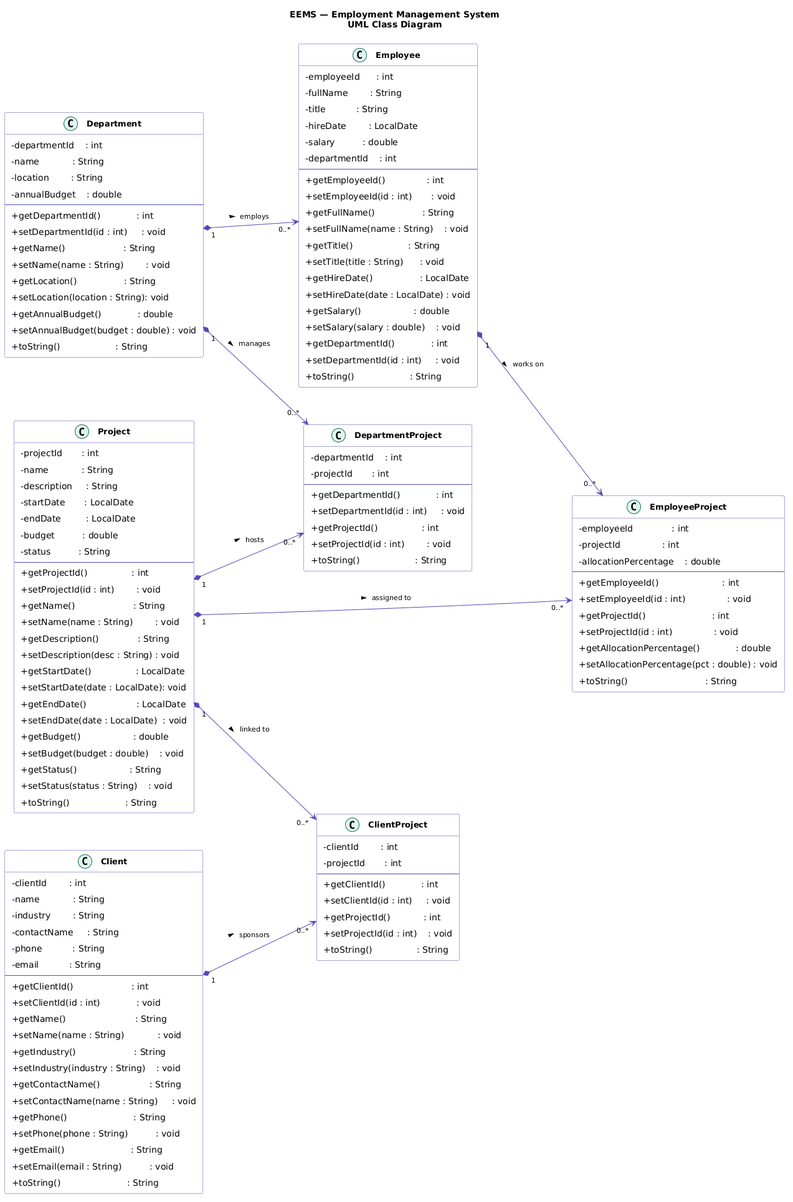
boybun0154/MPP-Project-2026 keeps this PlantUML diagram as diagrams/diagram.png. Above is the earlier version.
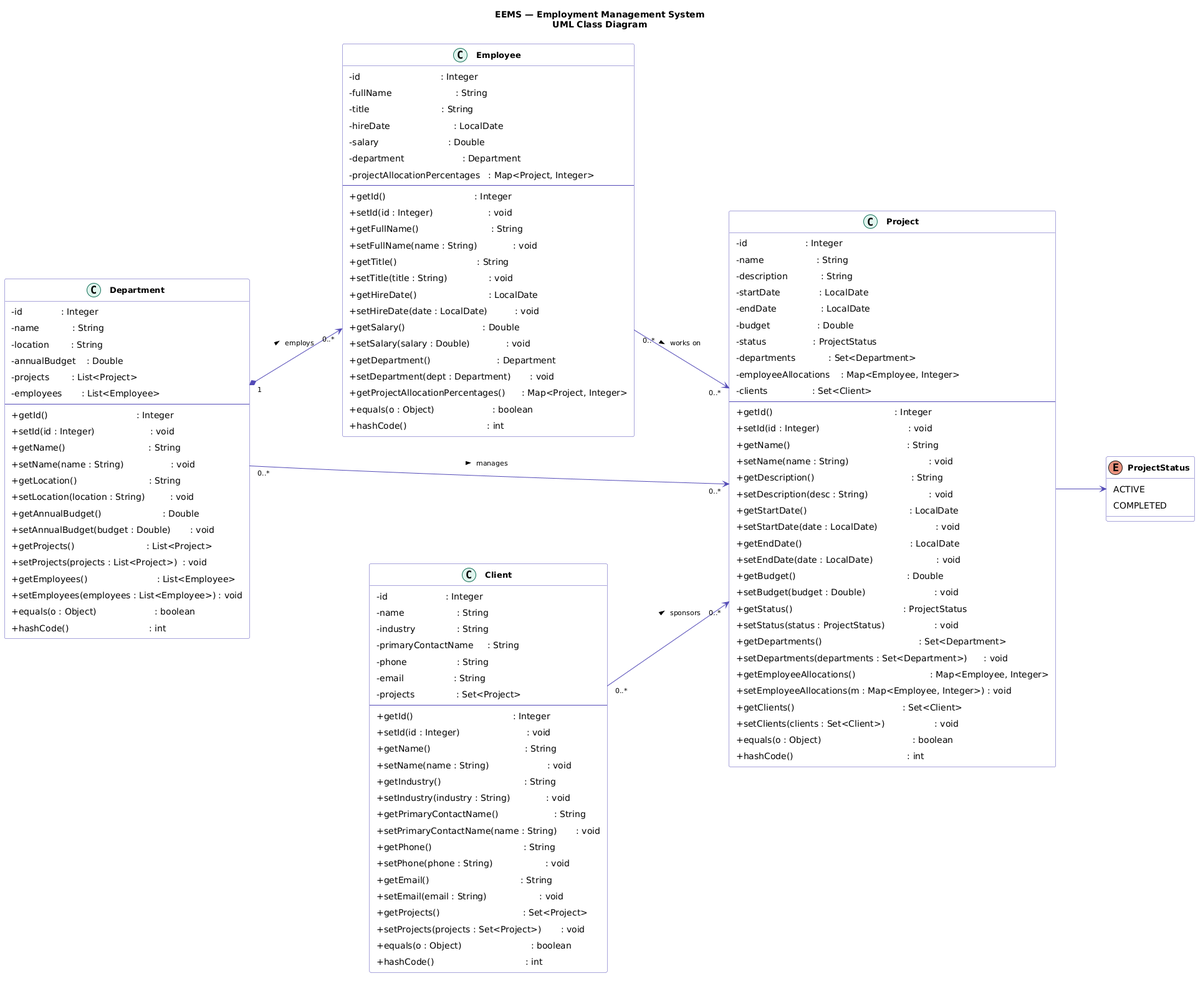
After the commit.

The edit, as a diff of the source:
```diff
@@ -18,140 +18,131 @@
 
 
 class Department {
-  - departmentId    : int
+  - id              : Integer
   - name            : String
   - location        : String
-  - annualBudget    : double
+  - annualBudget    : Double
+  - projects        : List<Project>
+  - employees       : List<Employee>
   --
-  + getDepartmentId()             : int
-  + setDepartmentId(id : int)     : void
-  + getName()                     : String
-  + setName(name : String)        : void
-  + getLocation()                 : String
-  + setLocation(location : String): void
-  + getAnnualBudget()             : double
-  + setAnnualBudget(budget : double) : void
-  + toString()                    : String
+  + getId()                                : Integer
+  + setId(id : Integer)                    : void
+  + getName()                              : String
+  + setName(name : String)                 : void
+  + getLocation()                          : String
+  + setLocation(location : String)         : void
+  + getAnnualBudget()                      : Double
+  + setAnnualBudget(budget : Double)       : void
+  + getProjects()                          : List<Project>
+  + setProjects(projects : List<Project>)  : void
+  + getEmployees()                         : List<Employee>
+  + setEmployees(employees : List<Employee>) : void
+  + equals(o : Object)                     : boolean
+  + hashCode()                             : int
 }
 
 class Employee {
-  - employeeId      : int
-  - fullName        : String
-  - title           : String
-  - hireDate        : LocalDate
-  - salary          : double
-  - departmentId    : int
+  - id                             : Integer
+  - fullName                       : String
+  - title                          : String
+  - hireDate                       : LocalDate
+  - salary                         : Double
+  - department                     : Department
+  - projectAllocationPercentages   : Map<Project, Integer>
   --
-  + getEmployeeId()               : int
-  + setEmployeeId(id : int)       : void
-  + getFullName()                 : String
-  + setFullName(name : String)    : void
-  + getTitle()                    : String
-  + setTitle(title : String)      : void
-  + getHireDate()                 : LocalDate
-  + setHireDate(date : LocalDate) : void
-  + getSalary()                   : double
-  + setSalary(salary : double)    : void
-  + getDepartmentId()             : int
-  + setDepartmentId(id : int)     : void
-  + toString()                    : String
+  + getId()                                : Integer
+  + setId(id : Integer)                    : void
+  + getFullName()                          : String
+  + setFullName(name : String)             : void
+  + getTitle()                             : String
+  + setTitle(title : String)               : void
+  + getHireDate()                          : LocalDate
+  + setHireDate(date : LocalDate)          : void
+  + getSalary()                            : Double
+  + setSalary(salary : Double)             : void
+  + getDepartment()                        : Department
+  + setDepartment(dept : Department)       : void
+  + getProjectAllocationPercentages()      : Map<Project, Integer>
+  + equals(o : Object)                     : boolean
+  + hashCode()                             : int
 }
 
 class Project {
-  - projectId       : int
-  - name            : String
-  - description     : String
-  - startDate       : LocalDate
-  - endDate         : LocalDate
-  - budget          : double
-  - status          : String
+  - id                     : Integer
+  - name                   : String
+  - description            : String
+  - startDate              : LocalDate
+  - endDate                : LocalDate
+  - budget                 : Double
+  - status                 : ProjectStatus
+  - departments            : Set<Department>
+  - employeeAllocations    : Map<Employee, Integer>
+  - clients                : Set<Client>
   --
-  + getProjectId()                : int
-  + setProjectId(id : int)        : void
-  + getName()                     : String
-  + setName(name : String)        : void
-  + getDescription()              : String
-  + setDescription(desc : String) : void
-  + getStartDate()                : LocalDate
-  + setStartDate(date : LocalDate): void
-  + getEndDate()                  : LocalDate
-  + setEndDate(date : LocalDate)  : void
-  + getBudget()                   : double
-  + setBudget(budget : double)    : void
-  + getStatus()                   : String
-  + setStatus(status : String)    : void
-  + toString()                    : String
+  + getId()                                            : Integer
+  + setId(id : Integer)                                : void
+  + getName()                                          : String
+  + setName(name : String)                             : void
+  + getDescription()                                   : String
+  + setDescription(desc : String)                      : void
+  + getStartDate()                                     : LocalDate
+  + setStartDate(date : LocalDate)                     : void
+  + getEndDate()                                       : LocalDate
+  + setEndDate(date : LocalDate)                       : void
+  + getBudget()                                        : Double
+  + setBudget(budget : Double)                         : void
+  + getStatus()                                        : ProjectStatus
+  + setStatus(status : ProjectStatus)                  : void
+  + getDepartments()                                   : Set<Department>
+  + setDepartments(departments : Set<Department>)      : void
+  + getEmployeeAllocations()                           : Map<Employee, Integer>
+  + setEmployeeAllocations(m : Map<Employee, Integer>) : void
+  + getClients()                                       : Set<Client>
+  + setClients(clients : Set<Client>)                  : void
+  + equals(o : Object)                                 : boolean
+  + hashCode()                                         : int
 }
 
 class Client {
-  - clientId        : int
-  - name            : String
-  - industry        : String
-  - contactName     : String
-  - phone           : String
-  - email           : String
+  - id                     : Integer
+  - name                   : String
+  - industry               : String
+  - primaryContactName     : String
+  - phone                  : String
+  - email                  : String
+  - projects               : Set<Project>
   --
-  + getClientId()                     : int
-  + setClientId(id : int)             : void
-  + getName()                         : String
-  + setName(name : String)            : void
-  + getIndustry()                     : String
-  + setIndustry(industry : String)    : void
-  + getContactName()                  : String
-  + setContactName(name : String)     : void
-  + getPhone()                        : String
-  + setPhone(phone : String)          : void
-  + getEmail()                        : String
-  + setEmail(email : String)          : void
-  + toString()                        : String
+  + getId()                                    : Integer
+  + setId(id : Integer)                        : void
+  + getName()                                  : String
+  + setName(name : String)                     : void
+  + getIndustry()                              : String
+  + setIndustry(industry : String)             : void
+  + getPrimaryContactName()                    : String
+  + setPrimaryContactName(name : String)       : void
+  + getPhone()                                 : String
+  + setPhone(phone : String)                   : void
+  + getEmail()                                 : String
+  + setEmail(email : String)                   : void
+  + getProjects()                              : Set<Project>
+  + setProjects(projects : Set<Project>)       : void
+  + equals(o : Object)                         : boolean
+  + hashCode()                                 : int
 }
 
-
-class EmployeeProject {
-  - employeeId              : int
-  - projectId               : int
-  - allocationPercentage    : double
-  --
-  + getEmployeeId()                       : int
-  + setEmployeeId(id : int)               : void
-  + getProjectId()                        : int
-  + setProjectId(id : int)               : void
-  + getAllocationPercentage()             : double
-  + setAllocationPercentage(pct : double) : void
-  + toString()                            : String
-}
-
-class DepartmentProject {
-  - departmentId    : int
-  - projectId       : int
-  --
-  + getDepartmentId()             : int
-  + setDepartmentId(id : int)     : void
-  + getProjectId()                : int
-  + setProjectId(id : int)        : void
-  + toString()                    : String
-}
-
-class ClientProject {
-  - clientId        : int
-  - projectId       : int
-  --
-  + getClientId()             : int
-  + setClientId(id : int)     : void
-  + getProjectId()            : int
-  + setProjectId(id : int)    : void
-  + toString()                : String
+enum ProjectStatus {
+  ACTIVE
+  COMPLETED
 }
 
 
 Department "1" *--> "0..*" Employee : employs >
 
-Department "1"  *--> "0..*" DepartmentProject : manages >
-Project    "1"  *--> "0..*" DepartmentProject : hosts >
+Department "0..*" --> "0..*" Project : manages >
 
-Employee "1"  *--> "0..*" EmployeeProject : works on >
-Project  "1"  *--> "0..*" EmployeeProject : assigned to >
+Employee "0..*" --> "0..*" Project : works on >
 
-Client  "1"  *--> "0..*" ClientProject : sponsors >
-Project "1"  *--> "0..*" ClientProject : linked to >
+Client "0..*" --> "0..*" Project : sponsors >
+
+Project --> ProjectStatus
 @enduml
```
